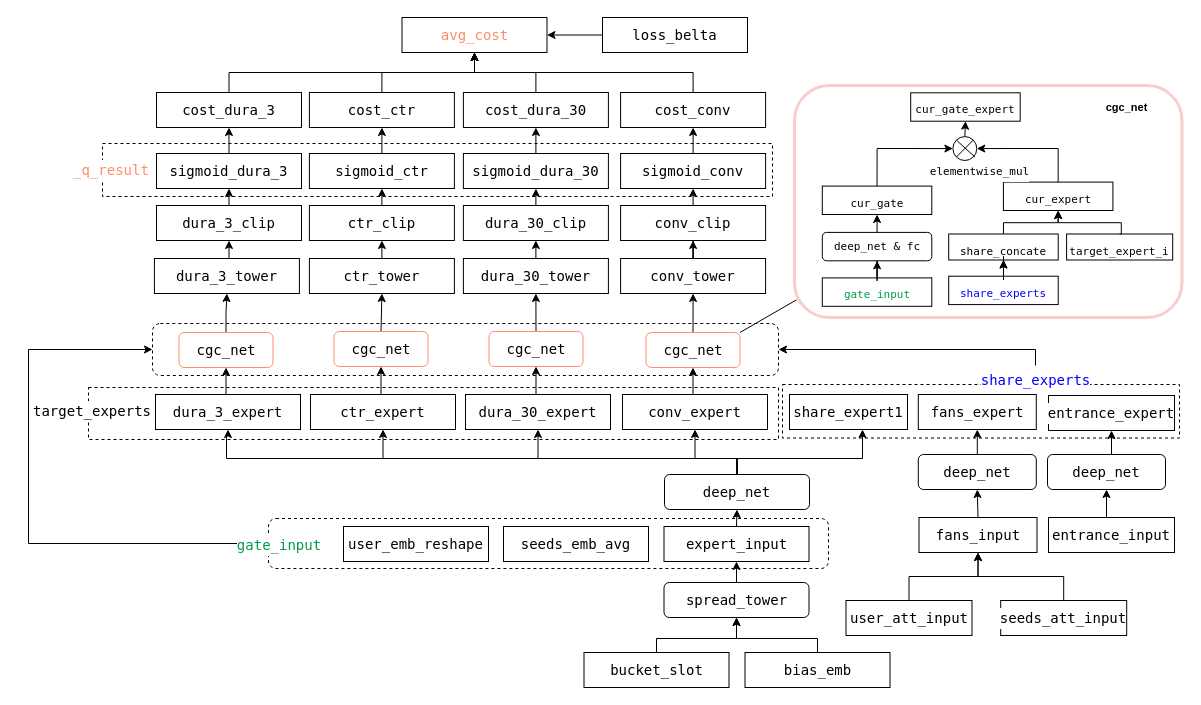
The draw.io diagram immer_model.drawio in snorlaxse/draw.io, before the edit. Source tidied: cells renumbered, new cells numbered last; positions are measured from the earlier drawing's top-left corner, leaving out a move shared by most shapes. Both pictures are drawn from the tidied source at 100%, with x=0, y=0 at pixel (16, 17).
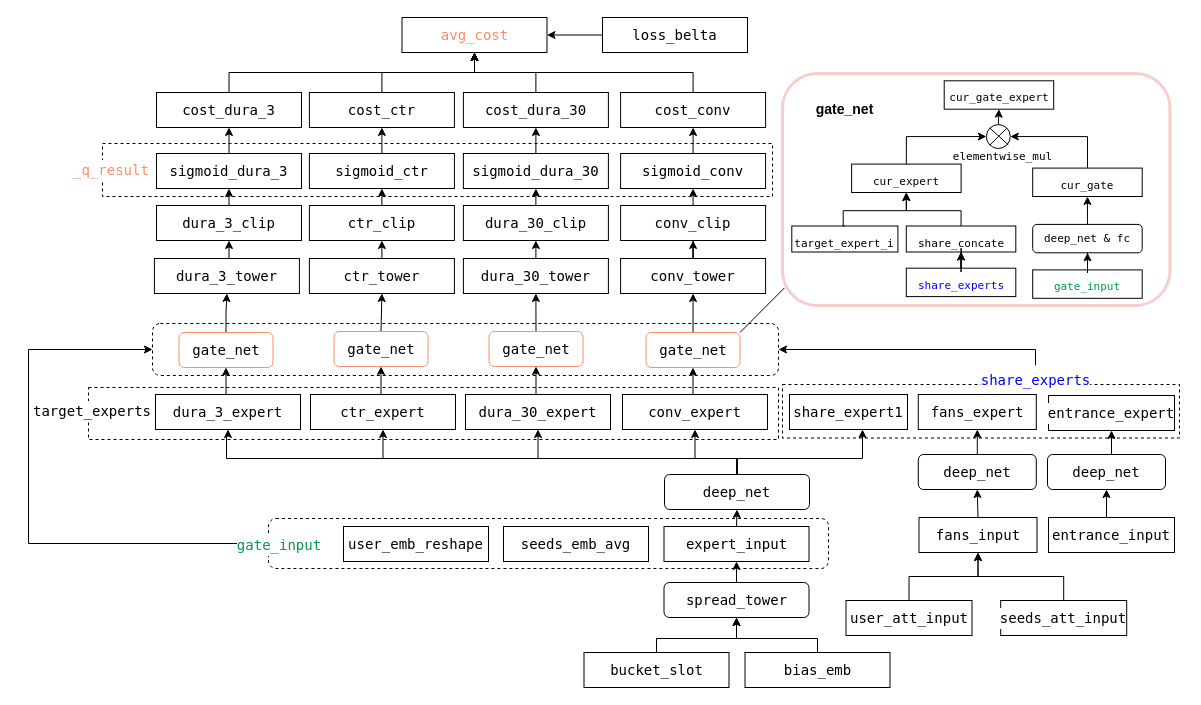
After the change.

The change refers to these unchanged cells:
```xml
<mxCell id="118" style="ellipse;whiteSpace=wrap;html=1;rotation=0;fontSize=11;" parent="117" vertex="1">
  <mxGeometry width="23.9" height="23.9" as="geometry" />
</mxCell>
```

Change to the diagram source:
```diff
@@
-    <mxCell id="88" value="&lt;div style=&quot;background-color: rgb(255, 255, 255); font-family: &amp;quot;Fira Code&amp;quot;, Menlo, Monaco, &amp;quot;Courier New&amp;quot;, monospace; font-size: 14px; line-height: 21px; white-space: pre;&quot;&gt;&lt;div style=&quot;line-height: 21px;&quot;&gt;&lt;div style=&quot;line-height: 21px;&quot;&gt;cgc_net&lt;/div&gt;&lt;/div&gt;&lt;/div&gt;" style="rounded=1;whiteSpace=wrap;html=1;fillColor=none;strokeColor=#FC8D6A;" parent="1" vertex="1">
+    <mxCell id="88" value="&lt;div style=&quot;background-color: rgb(255, 255, 255); font-family: &amp;quot;Fira Code&amp;quot;, Menlo, Monaco, &amp;quot;Courier New&amp;quot;, monospace; font-size: 14px; line-height: 21px; white-space: pre;&quot;&gt;&lt;div style=&quot;line-height: 21px;&quot;&gt;&lt;div style=&quot;line-height: 21px;&quot;&gt;gate_net&lt;/div&gt;&lt;/div&gt;&lt;/div&gt;" style="rounded=1;whiteSpace=wrap;html=1;fillColor=none;strokeColor=#FC8D6A;" parent="1" vertex="1">
       <mxGeometry x="162.5" y="315" width="94" height="35" as="geometry" />
     </mxCell>
@@
-    <mxCell id="90" value="&lt;div style=&quot;background-color: rgb(255, 255, 255); font-family: &amp;quot;Fira Code&amp;quot;, Menlo, Monaco, &amp;quot;Courier New&amp;quot;, monospace; font-size: 14px; line-height: 21px; white-space: pre;&quot;&gt;&lt;div style=&quot;line-height: 21px;&quot;&gt;&lt;div style=&quot;line-height: 21px;&quot;&gt;cgc_net&lt;/div&gt;&lt;/div&gt;&lt;/div&gt;" style="rounded=1;whiteSpace=wrap;html=1;fillColor=none;strokeColor=#FC8D6A;" parent="1" vertex="1">
+    <mxCell id="90" value="&lt;div style=&quot;background-color: rgb(255, 255, 255); font-family: &amp;quot;Fira Code&amp;quot;, Menlo, Monaco, &amp;quot;Courier New&amp;quot;, monospace; font-size: 14px; line-height: 21px; white-space: pre;&quot;&gt;&lt;div style=&quot;line-height: 21px;&quot;&gt;&lt;div style=&quot;line-height: 21px;&quot;&gt;gate_net&lt;/div&gt;&lt;/div&gt;&lt;/div&gt;" style="rounded=1;whiteSpace=wrap;html=1;fillColor=none;strokeColor=#FC8D6A;" parent="1" vertex="1">
       <mxGeometry x="317.5" y="314" width="94" height="35" as="geometry" />
     </mxCell>
@@
-    <mxCell id="92" value="&lt;div style=&quot;background-color: rgb(255, 255, 255); font-family: &amp;quot;Fira Code&amp;quot;, Menlo, Monaco, &amp;quot;Courier New&amp;quot;, monospace; font-size: 14px; line-height: 21px; white-space: pre;&quot;&gt;&lt;div style=&quot;line-height: 21px;&quot;&gt;&lt;div style=&quot;line-height: 21px;&quot;&gt;cgc_net&lt;/div&gt;&lt;/div&gt;&lt;/div&gt;" style="rounded=1;whiteSpace=wrap;html=1;fillColor=none;strokeColor=#FC8D6A;" parent="1" vertex="1">
+    <mxCell id="92" value="&lt;div style=&quot;background-color: rgb(255, 255, 255); font-family: &amp;quot;Fira Code&amp;quot;, Menlo, Monaco, &amp;quot;Courier New&amp;quot;, monospace; font-size: 14px; line-height: 21px; white-space: pre;&quot;&gt;&lt;div style=&quot;line-height: 21px;&quot;&gt;&lt;div style=&quot;line-height: 21px;&quot;&gt;gate_net&lt;/div&gt;&lt;/div&gt;&lt;/div&gt;" style="rounded=1;whiteSpace=wrap;html=1;fillColor=none;strokeColor=#FC8D6A;" parent="1" vertex="1">
       <mxGeometry x="472.5" y="314" width="94" height="35" as="geometry" />
     </mxCell>
@@
-    <mxCell id="94" value="&lt;div style=&quot;background-color: rgb(255, 255, 255); font-family: &amp;quot;Fira Code&amp;quot;, Menlo, Monaco, &amp;quot;Courier New&amp;quot;, monospace; font-size: 14px; line-height: 21px; white-space: pre;&quot;&gt;&lt;div style=&quot;line-height: 21px;&quot;&gt;&lt;div style=&quot;line-height: 21px;&quot;&gt;cgc_net&lt;/div&gt;&lt;/div&gt;&lt;/div&gt;" style="rounded=1;whiteSpace=wrap;html=1;fillColor=none;strokeColor=#FC8D6A;" parent="1" vertex="1">
+    <mxCell id="94" value="&lt;div style=&quot;background-color: rgb(255, 255, 255); font-family: &amp;quot;Fira Code&amp;quot;, Menlo, Monaco, &amp;quot;Courier New&amp;quot;, monospace; font-size: 14px; line-height: 21px; white-space: pre;&quot;&gt;&lt;div style=&quot;line-height: 21px;&quot;&gt;&lt;div style=&quot;line-height: 21px;&quot;&gt;gate_net&lt;/div&gt;&lt;/div&gt;&lt;/div&gt;" style="rounded=1;whiteSpace=wrap;html=1;fillColor=none;strokeColor=#FC8D6A;" parent="1" vertex="1">
       <mxGeometry x="629.5" y="315" width="94" height="35" as="geometry" />
     </mxCell>
@@
-    <mxCell id="96" style="group;" parent="1" vertex="1">
-      <mxGeometry x="778" y="68" width="387.5" height="232" as="geometry" />
+    <mxCell id="96" style="group;flipH=1;" parent="1" vertex="1">
+      <mxGeometry x="766" y="56" width="387.5" height="232" as="geometry" />
     </mxCell>
+    <mxCell id="115" value="&lt;div style=&quot;background-color: rgb(255, 255, 255); font-family: &amp;quot;Fira Code&amp;quot;, Menlo, Monaco, &amp;quot;Courier New&amp;quot;, monospace; line-height: 21px; white-space-collapse: preserve; font-size: 11px;&quot;&gt;&lt;font style=&quot;font-size: 11px;&quot;&gt;elementwise_mul&lt;/font&gt;&lt;/div&gt;" style="text;html=1;align=center;verticalAlign=middle;strokeColor=none;fillColor=none;fontSize=11;" parent="96" vertex="1">
+      <mxGeometry x="159.8" y="67.6" width="120" height="30" as="geometry" />
+    </mxCell>
@@
-    <mxCell id="98" value="&lt;font style=&quot;font-size: 11px;&quot;&gt;&lt;b style=&quot;font-size: 11px;&quot;&gt;cgc_net&lt;/b&gt;&lt;/font&gt;" style="text;html=1;align=center;verticalAlign=middle;strokeColor=none;fillColor=none;fontSize=11;" parent="96" vertex="1">
-      <mxGeometry x="296.5" y="7.3" width="70" height="30" as="geometry" />
+    <mxCell id="98" value="&lt;font style=&quot;font-size: 14px;&quot;&gt;&lt;b style=&quot;font-size: 14px;&quot;&gt;gate_net&lt;/b&gt;&lt;/font&gt;" style="text;html=1;align=center;verticalAlign=middle;strokeColor=none;fillColor=none;fontSize=14;" parent="96" vertex="1">
+      <mxGeometry x="22.3" y="21.1" width="80" height="30" as="geometry" />
     </mxCell>
@@
     <mxCell id="100" value="&lt;div style=&quot;background-color: rgb(255, 255, 255); font-family: &amp;quot;Fira Code&amp;quot;, Menlo, Monaco, &amp;quot;Courier New&amp;quot;, monospace; font-weight: normal; font-size: 11px; line-height: 21px; white-space: pre;&quot;&gt;&lt;div style=&quot;font-size: 11px;&quot;&gt;&lt;font style=&quot;font-size: 11px;&quot; color=&quot;#00994d&quot;&gt;gate_input&lt;/font&gt;&lt;/div&gt;&lt;/div&gt;" style="text;whiteSpace=wrap;html=1;align=center;strokeColor=default;fontSize=11;" parent="96" vertex="1">
-      <mxGeometry x="27.8" y="192.4" width="109.5" height="28.4" as="geometry" />
+      <mxGeometry x="250.2" y="196.4" width="109.5" height="28.4" as="geometry" />
     </mxCell>
@@
     <mxCell id="102" value="&lt;div style=&quot;background-color: rgb(255, 255, 255); font-family: &amp;quot;Fira Code&amp;quot;, Menlo, Monaco, &amp;quot;Courier New&amp;quot;, monospace; font-size: 11px; line-height: 21px; white-space: pre;&quot;&gt;&lt;div style=&quot;line-height: 21px; font-size: 11px;&quot;&gt;&lt;div style=&quot;line-height: 21px; font-size: 11px;&quot;&gt;deep_net &amp;amp; fc&lt;/div&gt;&lt;/div&gt;&lt;/div&gt;" style="rounded=1;whiteSpace=wrap;html=1;fontSize=11;" parent="96" vertex="1">
-      <mxGeometry x="27.8" y="146.9" width="109.5" height="28.4" as="geometry" />
+      <mxGeometry x="250.2" y="150.9" width="109.5" height="28.4" as="geometry" />
     </mxCell>
     <mxCell id="103" value="&lt;div style=&quot;color: rgb(0, 0, 0); background-color: rgb(255, 255, 255); font-family: &amp;quot;Fira Code&amp;quot;, Menlo, Monaco, &amp;quot;Courier New&amp;quot;, monospace; font-weight: normal; font-size: 11px; line-height: 21px; white-space: pre;&quot;&gt;&lt;div style=&quot;font-size: 11px;&quot;&gt;&lt;span style=&quot;color: rgb(0, 0, 0); font-size: 11px;&quot;&gt;cur_gate&lt;/span&gt;&lt;/div&gt;&lt;/div&gt;" style="text;whiteSpace=wrap;html=1;strokeColor=default;align=center;fontSize=11;" parent="96" vertex="1">
-      <mxGeometry x="27.8" y="100.6" width="109.5" height="28.4" as="geometry" />
+      <mxGeometry x="250.2" y="94.6" width="109.5" height="28.4" as="geometry" />
     </mxCell>
-    <mxCell id="104" style="edgeStyle=orthogonalEdgeStyle;rounded=0;jettySize=auto;html=1;exitX=0.5;exitY=0;exitDx=0;exitDy=0;entryX=1;entryY=0.5;entryDx=0;entryDy=0;fontSize=11;" parent="96" edge="1" source="105" target="118">
+    <mxCell id="104" style="edgeStyle=orthogonalEdgeStyle;rounded=0;jettySize=auto;html=1;exitX=0.5;exitY=0;exitDx=0;exitDy=0;entryX=0;entryY=0.5;entryDx=0;entryDy=0;" parent="96" edge="1" source="105" target="118">
       <mxGeometry relative="1" as="geometry" />
     </mxCell>
     <mxCell id="105" value="&lt;div style=&quot;color: rgb(0, 0, 0); background-color: rgb(255, 255, 255); font-family: &amp;quot;Fira Code&amp;quot;, Menlo, Monaco, &amp;quot;Courier New&amp;quot;, monospace; font-weight: normal; font-size: 11px; line-height: 21px; white-space: pre;&quot;&gt;&lt;div style=&quot;line-height: 21px; font-size: 11px;&quot;&gt;cur_expert&lt;/div&gt;&lt;/div&gt;" style="text;whiteSpace=wrap;html=1;strokeColor=default;align=center;fontSize=11;" parent="96" vertex="1">
-      <mxGeometry x="208.9" y="96.6" width="109.5" height="28.4" as="geometry" />
+      <mxGeometry x="69.1" y="90.6" width="109.5" height="28.4" as="geometry" />
     </mxCell>
     <mxCell id="106" style="edgeStyle=orthogonalEdgeStyle;rounded=0;jettySize=auto;html=1;exitX=0.5;exitY=0;exitDx=0;exitDy=0;entryX=0.5;entryY=1;entryDx=0;entryDy=0;fontSize=11;" parent="96" edge="1" source="107" target="105">
       <mxGeometry relative="1" as="geometry">
         <Array as="points">
-          <mxPoint x="208.9" y="137.2" />
-          <mxPoint x="263.7" y="137.2" />
+          <mxPoint x="178.6" y="137.2" />
+          <mxPoint x="123.8" y="137.2" />
         </Array>
       </mxGeometry>
     </mxCell>
     <mxCell id="107" value="&lt;div style=&quot;color: rgb(0, 0, 0); font-family: &amp;quot;Fira Code&amp;quot;, Menlo, Monaco, &amp;quot;Courier New&amp;quot;, monospace; font-weight: normal; font-size: 11px; line-height: 21px; white-space: pre;&quot;&gt;&lt;div style=&quot;line-height: 21px; font-size: 11px;&quot;&gt;share_concate&lt;span style=&quot;background-color: rgb(255, 255, 255);&quot;&gt;&lt;br style=&quot;font-size: 11px;&quot;&gt;&lt;/span&gt;&lt;/div&gt;&lt;/div&gt;" style="text;whiteSpace=wrap;html=1;align=center;strokeColor=default;fontSize=11;" parent="96" vertex="1">
-      <mxGeometry x="154.2" y="148.5" width="109.5" height="26" as="geometry" />
+      <mxGeometry x="123.8" y="152.5" width="109.5" height="26" as="geometry" />
     </mxCell>
@@
     <mxCell id="110" value="&lt;div style=&quot;background-color: rgb(255, 255, 255); font-family: &amp;quot;Fira Code&amp;quot;, Menlo, Monaco, &amp;quot;Courier New&amp;quot;, monospace; font-weight: normal; font-size: 11px; line-height: 21px; white-space: pre;&quot;&gt;&lt;div style=&quot;line-height: 21px; font-size: 11px;&quot;&gt;&lt;div style=&quot;line-height: 21px; font-size: 11px;&quot;&gt;&lt;div style=&quot;line-height: 21px; font-size: 11px;&quot;&gt;share_experts&lt;/div&gt;&lt;/div&gt;&lt;/div&gt;&lt;/div&gt;" style="text;whiteSpace=wrap;html=1;align=center;strokeColor=default;fontColor=#0000FF;fontSize=11;" parent="96" vertex="1">
-      <mxGeometry x="154.2" y="190.7" width="109.5" height="28.4" as="geometry" />
+      <mxGeometry x="123.8" y="194.7" width="109.5" height="28.4" as="geometry" />
     </mxCell>
     <mxCell id="111" style="edgeStyle=orthogonalEdgeStyle;rounded=0;jettySize=auto;html=1;exitX=0.5;exitY=0;exitDx=0;exitDy=0;fontSize=11;" parent="96" edge="1" source="112" target="105">
       <mxGeometry relative="1" as="geometry">
         <Array as="points">
-          <mxPoint x="326.8" y="137.2" />
-          <mxPoint x="263.7" y="137.2" />
+          <mxPoint x="60.7" y="137.2" />
+          <mxPoint x="123.8" y="137.2" />
         </Array>
       </mxGeometry>
     </mxCell>
     <mxCell id="112" value="&lt;div style=&quot;color: rgb(0, 0, 0); font-family: &amp;quot;Fira Code&amp;quot;, Menlo, Monaco, &amp;quot;Courier New&amp;quot;, monospace; font-weight: normal; line-height: 21px; white-space: pre; font-size: 11px;&quot;&gt;&lt;div style=&quot;line-height: 21px; font-size: 11px;&quot;&gt;&lt;div style=&quot;line-height: 21px; font-size: 11px;&quot;&gt;&lt;div style=&quot;line-height: 21px; font-size: 11px;&quot;&gt;&lt;div style=&quot;line-height: 21px; font-size: 11px;&quot;&gt;&lt;font style=&quot;font-size: 11px;&quot;&gt;target_expert_i&lt;/font&gt;&lt;/div&gt;&lt;/div&gt;&lt;/div&gt;&lt;/div&gt;&lt;/div&gt;" style="text;whiteSpace=wrap;html=1;align=center;strokeColor=default;fontSize=11;" parent="96" vertex="1">
-      <mxGeometry x="272.1" y="148.5" width="106.1" height="26" as="geometry" />
+      <mxGeometry x="9.3" y="152.5" width="106.1" height="26" as="geometry" />
     </mxCell>
-    <mxCell id="113" style="edgeStyle=orthogonalEdgeStyle;rounded=0;jettySize=auto;html=1;exitX=0.5;exitY=0;exitDx=0;exitDy=0;entryX=0;entryY=0.5;entryDx=0;entryDy=0;fontSize=11;" parent="96" edge="1" source="103" target="118">
+    <mxCell id="113" style="edgeStyle=orthogonalEdgeStyle;rounded=0;jettySize=auto;html=1;exitX=0.5;exitY=0;exitDx=0;exitDy=0;entryX=1;entryY=0.5;entryDx=0;entryDy=0;fontSize=11;" parent="96" edge="1" source="103" target="118">
       <mxGeometry relative="1" as="geometry" />
     </mxCell>
     <mxCell id="114" value="&lt;div style=&quot;color: rgb(0, 0, 0); background-color: rgb(255, 255, 255); font-family: &amp;quot;Fira Code&amp;quot;, Menlo, Monaco, &amp;quot;Courier New&amp;quot;, monospace; font-weight: normal; font-size: 11px; line-height: 21px; white-space: pre;&quot;&gt;&lt;div style=&quot;line-height: 21px; font-size: 11px;&quot;&gt;cur_gate_expert&lt;/div&gt;&lt;/div&gt;" style="text;whiteSpace=wrap;html=1;strokeColor=default;align=center;fontSize=11;" parent="96" vertex="1">
-      <mxGeometry x="116.2" y="7.3" width="109.5" height="28.4" as="geometry" />
+      <mxGeometry x="161.7" y="7.3" width="109.5" height="28.4" as="geometry" />
     </mxCell>
-    <mxCell id="115" value="&lt;div style=&quot;background-color: rgb(255, 255, 255); font-family: &amp;quot;Fira Code&amp;quot;, Menlo, Monaco, &amp;quot;Courier New&amp;quot;, monospace; line-height: 21px; white-space-collapse: preserve; font-size: 11px;&quot;&gt;&lt;font style=&quot;font-size: 11px;&quot;&gt;elementwise_mul&lt;/font&gt;&lt;/div&gt;" style="text;html=1;align=center;verticalAlign=middle;strokeColor=none;fillColor=none;fontSize=11;" parent="96" vertex="1">
-      <mxGeometry x="124.7" y="70.6" width="120" height="30" as="geometry" />
-    </mxCell>
@@
     <mxCell id="117" style="group;rotation=0;fontSize=11;" parent="96" vertex="1">
-      <mxGeometry x="158.4" y="51.1" width="25.3" height="24.3" as="geometry" />
+      <mxGeometry x="203.9" y="51.1" width="25.3" height="24.3" as="geometry" />
     </mxCell>
```
